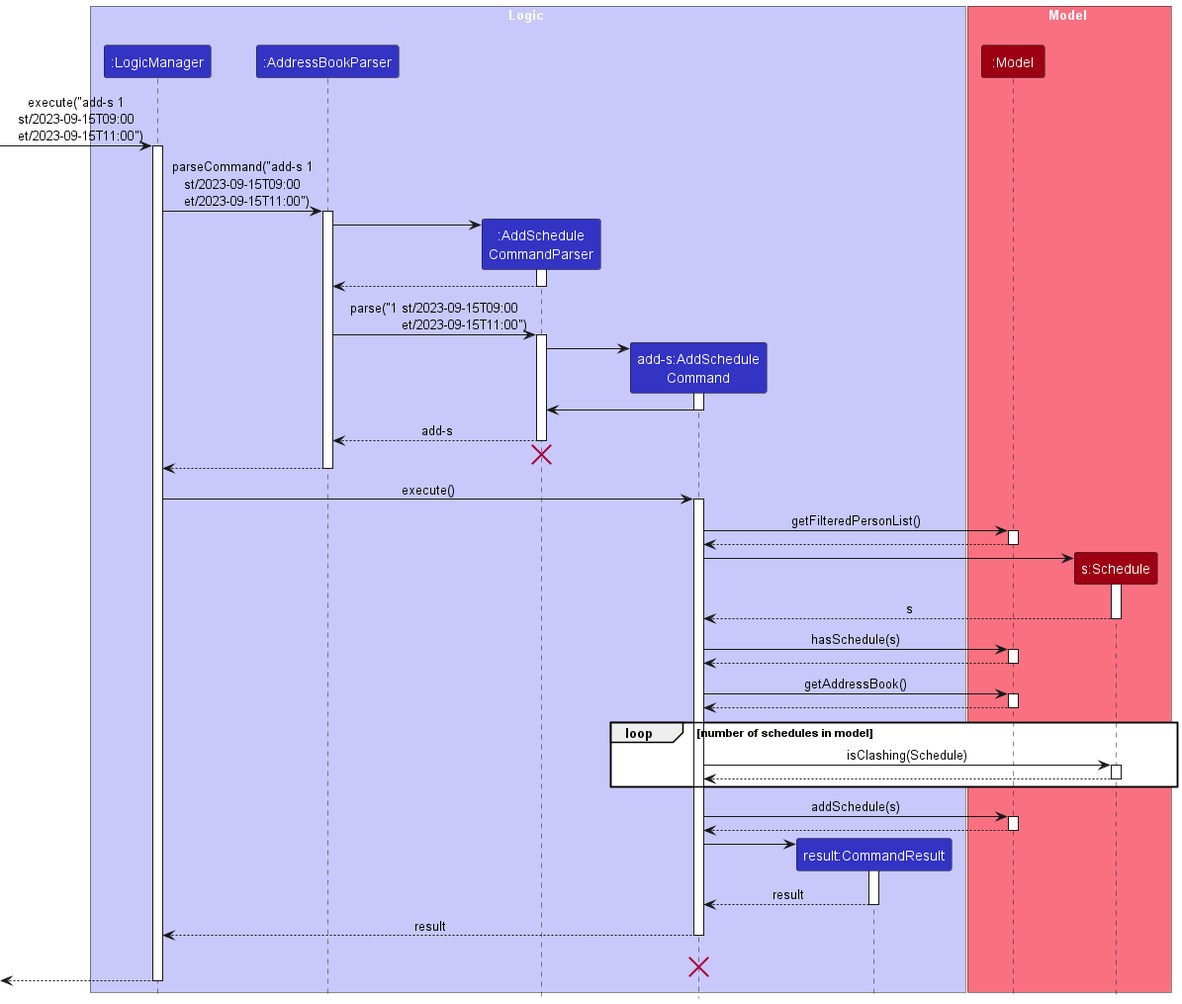
Earlier version of the PlantUML export docs/images/AddScheduleSequenceDiagram.png (nus-cs2103-AY2324S1/tp).
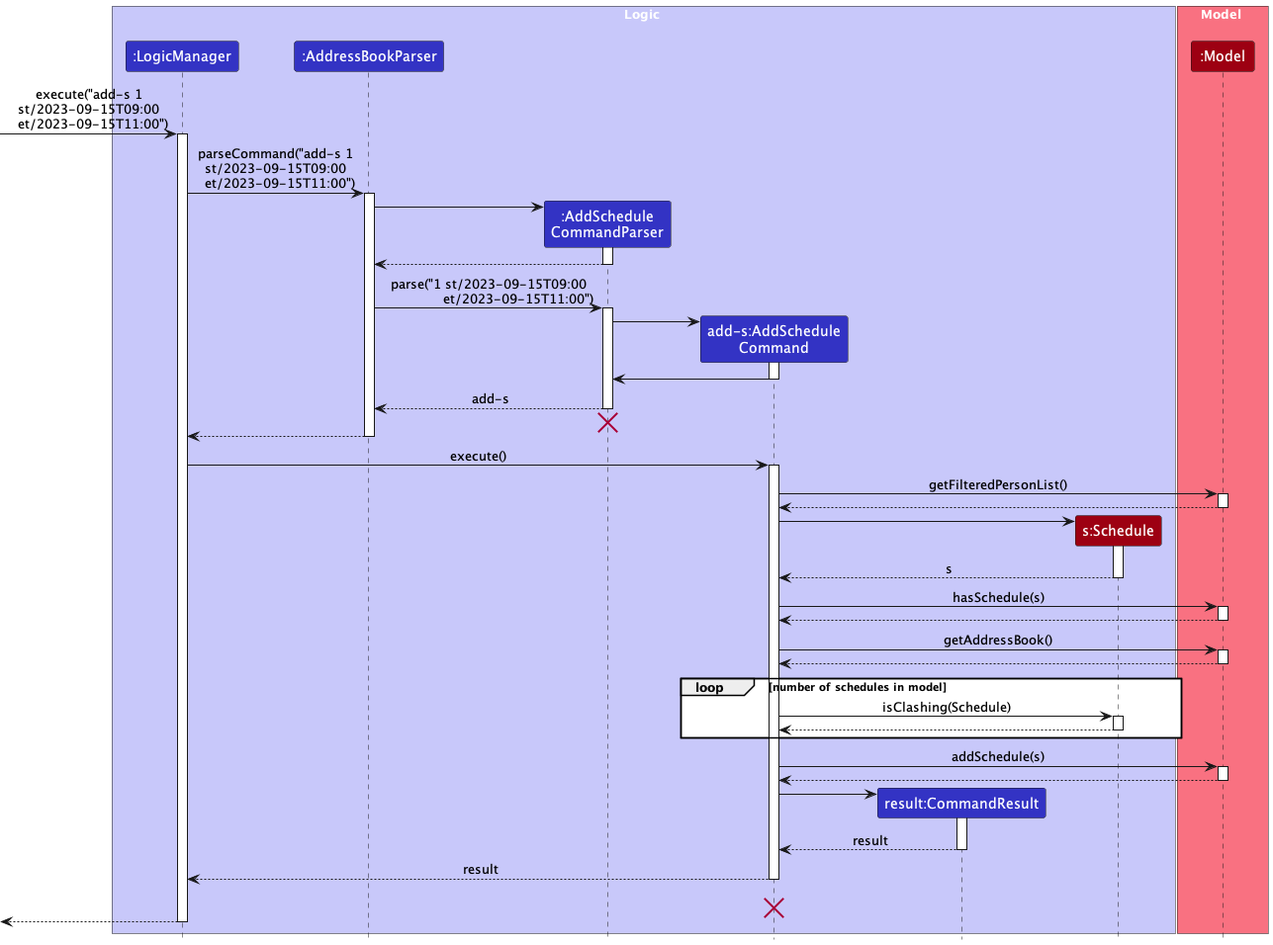
Later version of the same file.

What changed in the source:
```diff
@@ -8,12 +8,11 @@
 participant ":AddSchedule\nCommandParser" as AddScheduleCommandParser LOGIC_COLOR
 participant "add-s:AddSchedule\nCommand" as AddScheduleCommand LOGIC_COLOR
 participant "result:CommandResult" as CommandResult LOGIC_COLOR
-
+participant "s:Schedule" as Schedule MODEL_COLOR
 end box
 
 box Model MODEL_COLOR_T1
 participant ":Model" as Model MODEL_COLOR
-participant "s:Schedule" as Schedule MODEL_COLOR
 end box
 [-> LogicManager : execute("add-s 1\nst/2023-09-15T09:00\n  et/2023-09-15T11:00")
 activate LogicManager
```
